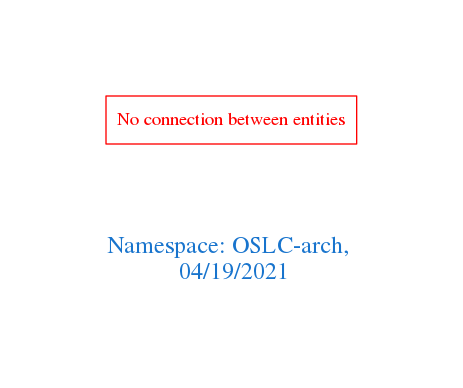
The Graphviz diagram downloads/OSLC-arch.png in arago/OGIT, before a commit. Its source is kept beside it as downloads/OSLC-arch.dot.
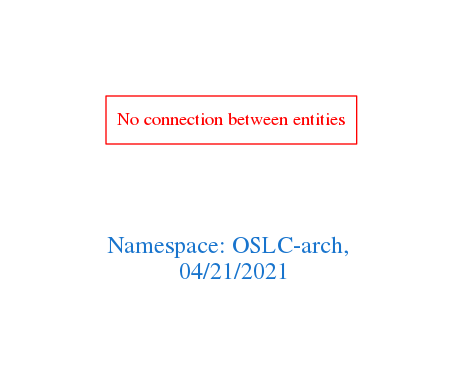
Later version of the same file.

What changed in the source:
```diff
@@ -1,7 +1,7 @@
 digraph OGIT_ontology {
  graph [ rankdir= LR,pad=1
 fontsize = 18,
-fontcolor= dodgerblue3,label = "\n\n\nNamespace: OSLC-arch, \n 04/19/2021"];
+fontcolor= dodgerblue3,label = "\n\n\nNamespace: OSLC-arch, \n 04/21/2021"];
 node[shape=polygon];
 edge [  color="gray81"];
 
```
